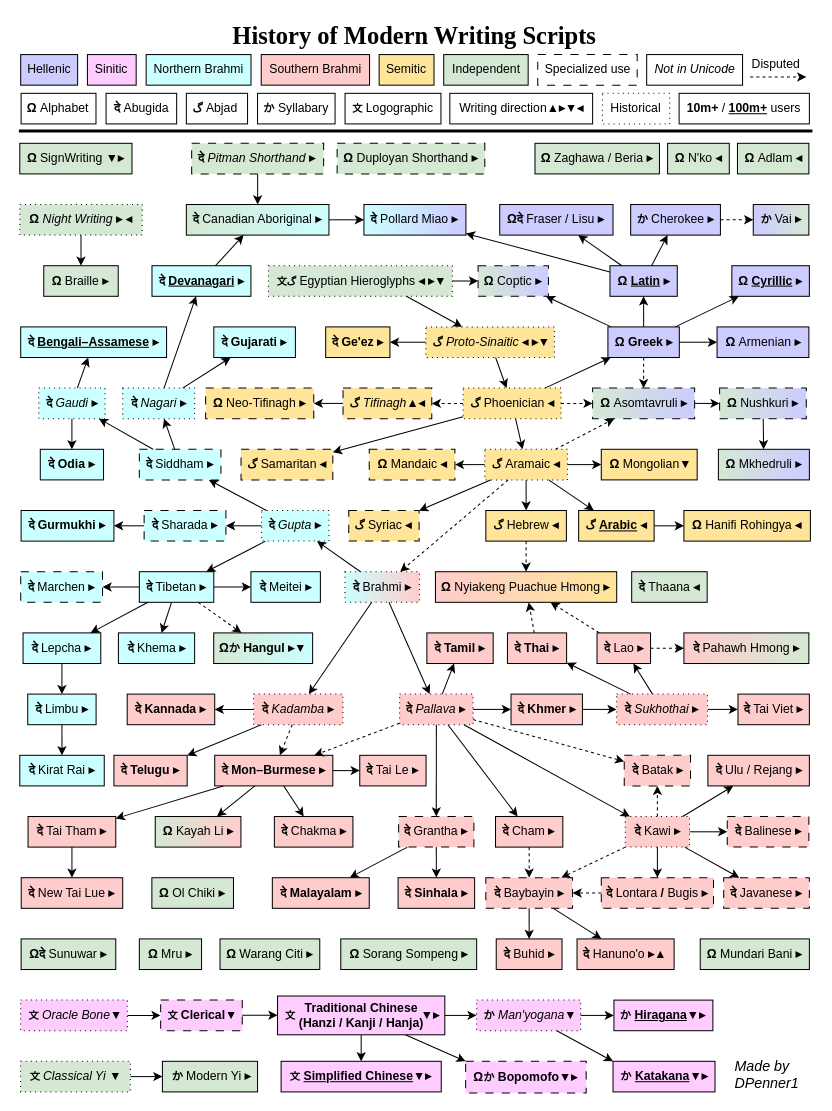
Before: Modern Script History.drawio in DPenner1/WritingSystemHistory, a draw.io diagram. Source tidied: cells renumbered, new cells numbered last; positions are measured from the earlier drawing's top-left corner, leaving out a move shared by most shapes. Both pictures are drawn from the tidied source at 102%, with x=0, y=0 at pixel (18, 17).
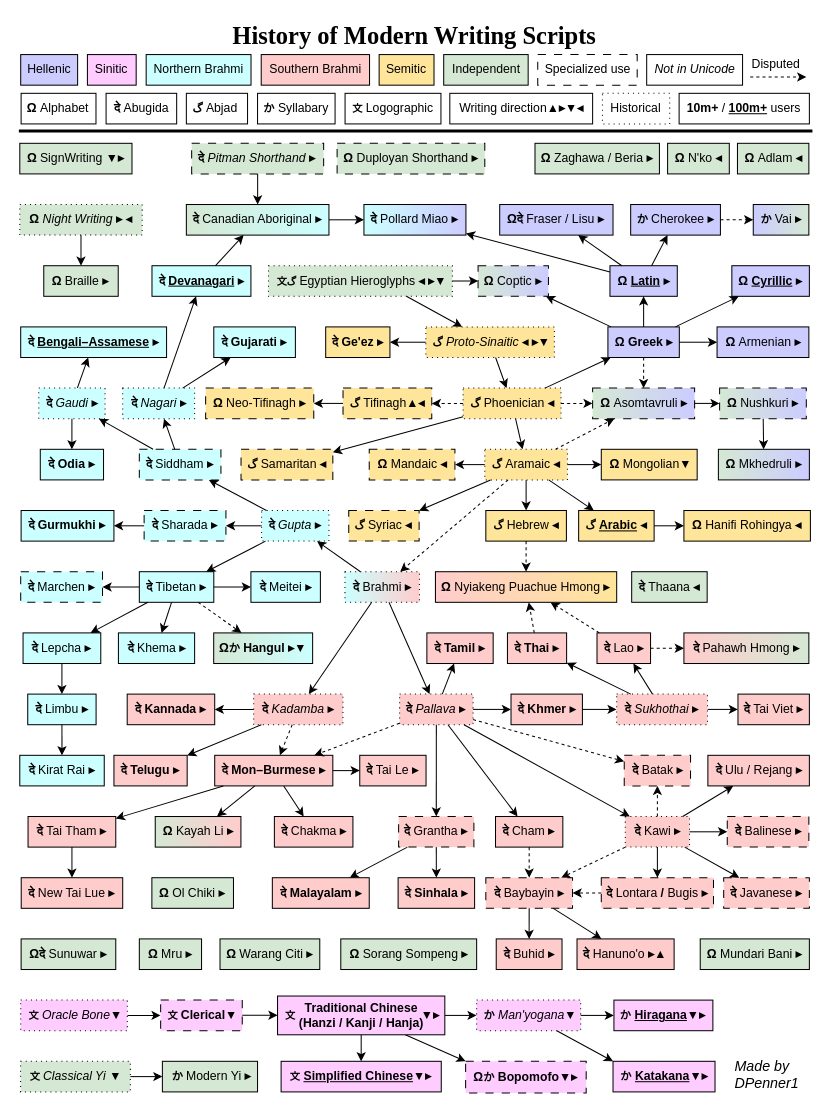
After the change.

Change to the diagram source:
```diff
@@
-    <mxCell id="92" value="&lt;font style=&quot;font-weight: 700; font-size: 11px;&quot;&gt;گ&lt;/font&gt;&lt;span style=&quot;font-weight: 700;&quot;&gt;&amp;nbsp;&lt;/span&gt;&lt;i&gt;Tifinagh&lt;/i&gt;▲&lt;b&gt;◂&lt;/b&gt;" style="whiteSpace=wrap;html=1;dashed=1;fillColor=#FFE599;dashPattern=8 8;" parent="1" vertex="1">
+    <mxCell id="92" value="&lt;font style=&quot;font-weight: 700; font-size: 11px;&quot;&gt;گ&lt;/font&gt;&lt;span style=&quot;font-weight: 700;&quot;&gt;&amp;nbsp;&lt;/span&gt;Tifinagh▲&lt;b&gt;◂&lt;/b&gt;" style="whiteSpace=wrap;html=1;dashed=1;fillColor=#FFE599;dashPattern=8 8;" parent="1" vertex="1">
       <mxGeometry x="317.8" y="363" width="87" height="30" as="geometry" />
     </mxCell>
```
